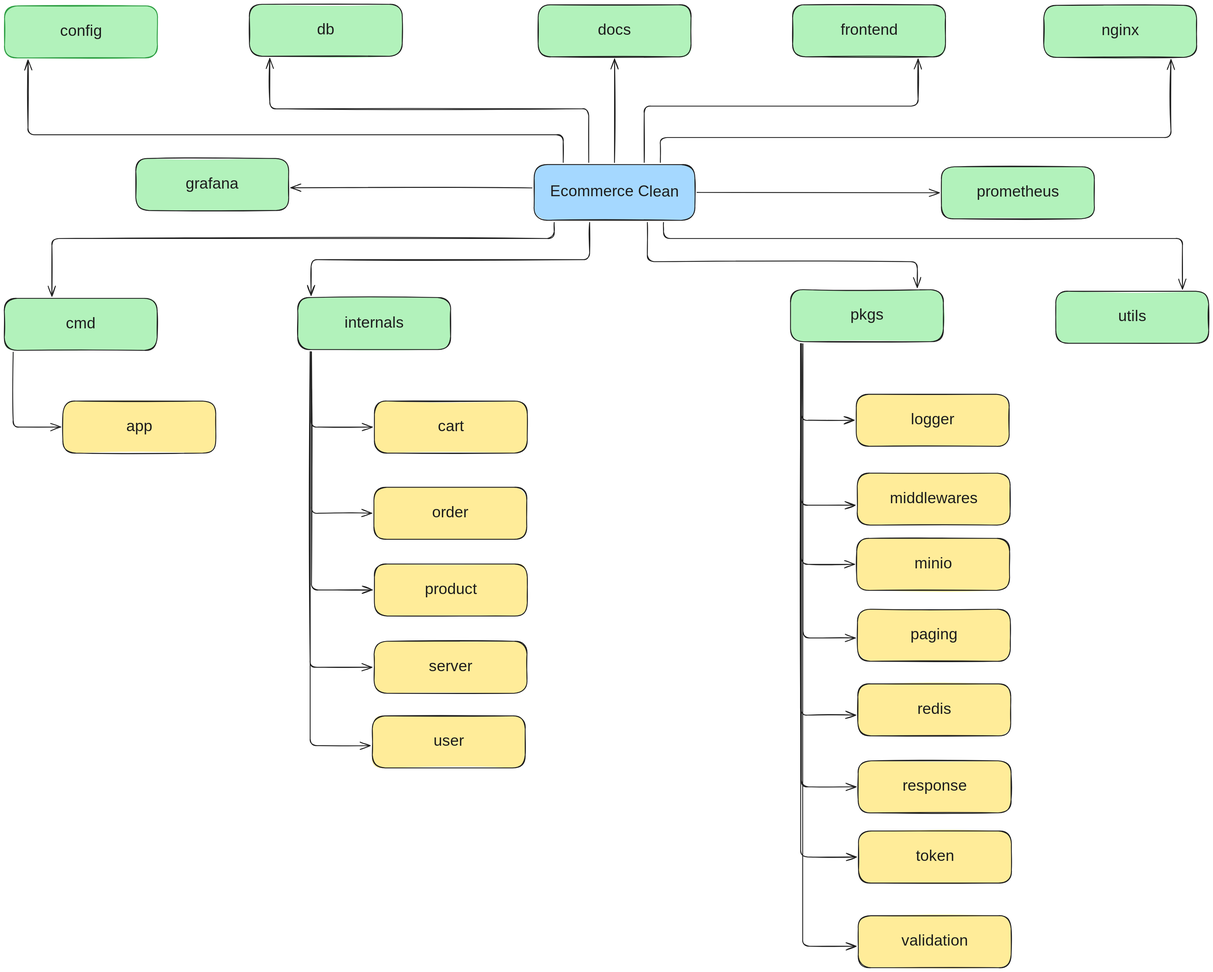
Above: docs/static/project_structure.excalidraw.svg in zofiyacodes/ecommerce-react (Excalidraw), before the change. Source tidied: one line per element, renumbered; positions are measured from the earlier drawing's top-left corner, leaving out a move shared by most shapes.
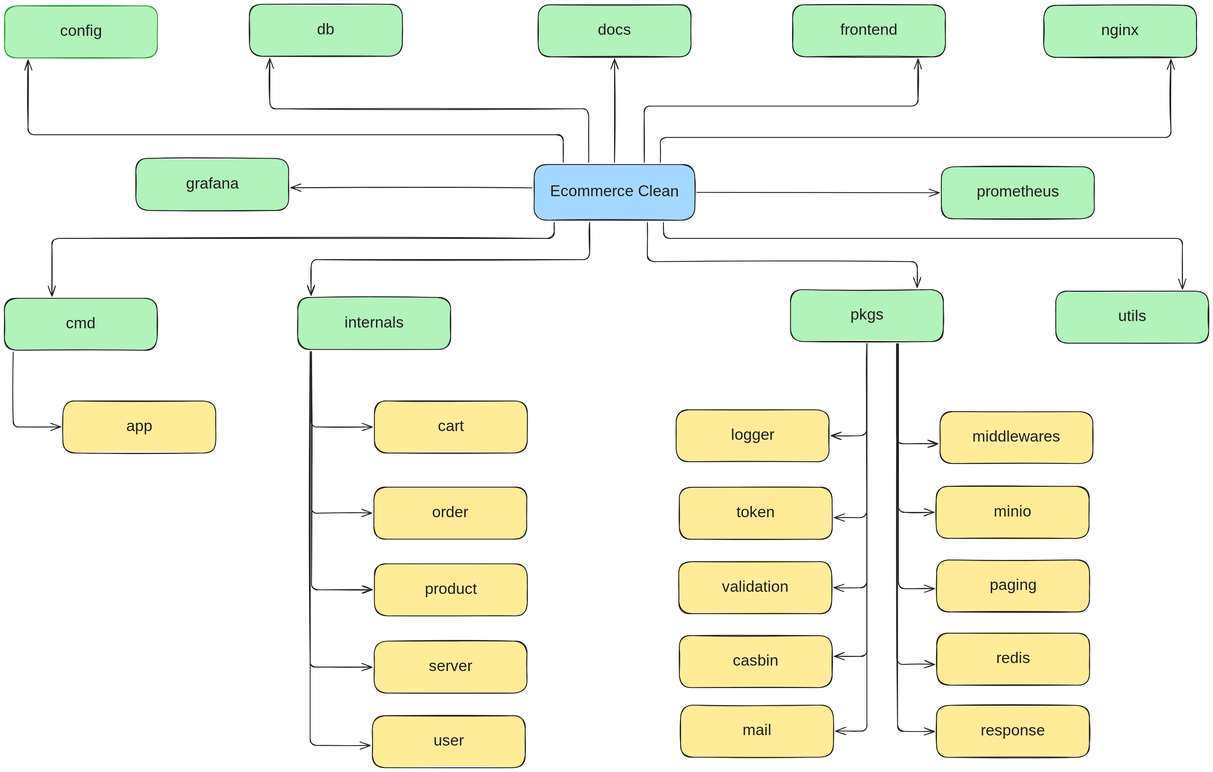
After the change.

Change to the diagram source:
```diff
@@ -40,22 +40,22 @@
 {"id": 39, "type": "arrow", "strokeColor": "#1e1e1e", "backgroundColor": "#b2f2bb", "fillStyle": "solid", "strokeWidth": 2, "roughness": 1, "endArrowhead": "arrow", "from": 14, "to": 32, "x": 715, "y": 812, "width": 144, "height": 737, "points": [[0, 0], [0, 737], [144, 737]]}
 {"id": 40, "type": "arrow", "strokeColor": "#1e1e1e", "backgroundColor": "#b2f2bb", "fillStyle": "solid", "strokeWidth": 2, "roughness": 1, "endArrowhead": "arrow", "from": 14, "to": 34, "x": 715, "y": 812, "width": 140, "height": 920, "points": [[0, 0], [0, 920], [140, 920]]}
 {"id": 41, "type": "arrow", "strokeColor": "#1e1e1e", "backgroundColor": "#b2f2bb", "fillStyle": "solid", "strokeWidth": 2, "roughness": 1, "endArrowhead": "arrow", "to": 24, "x": 21, "y": 813, "width": 111, "height": 175, "points": [[0, 0], [0, 175], [111, 175]]}
-{"id": 42, "type": "rectangle", "strokeColor": "#1e1e1e", "backgroundColor": "#ffec99", "fillStyle": "solid", "strokeWidth": 2, "roughness": 1, "round": true, "x": 1991, "y": 911, "width": 357, "height": 122}
+{"id": 42, "type": "rectangle", "strokeColor": "#1e1e1e", "backgroundColor": "#ffec99", "fillStyle": "solid", "strokeWidth": 2, "roughness": 1, "round": true, "x": 1570, "y": 948, "width": 357, "height": 122}
-{"id": 43, "type": "text", "text": "logger", "strokeColor": "#1e1e1e", "backgroundColor": "#a5d8ff", "fillStyle": "solid", "strokeWidth": 2, "roughness": 1, "fontSize": 36, "fontFamily": 5, "textAlign": "center", "verticalAlign": "middle", "inside": 42, "x": 2118, "y": 949, "width": 104, "height": 45}
+{"id": 43, "type": "text", "text": "logger", "strokeColor": "#1e1e1e", "backgroundColor": "#a5d8ff", "fillStyle": "solid", "strokeWidth": 2, "roughness": 1, "fontSize": 36, "fontFamily": 5, "textAlign": "center", "verticalAlign": "middle", "inside": 42, "x": 1697, "y": 986, "width": 104, "height": 45}
-{"id": 44, "type": "rectangle", "strokeColor": "#1e1e1e", "backgroundColor": "#ffec99", "fillStyle": "solid", "strokeWidth": 2, "roughness": 1, "round": true, "x": 1993, "y": 1095, "width": 357, "height": 122}
+{"id": 44, "type": "rectangle", "strokeColor": "#1e1e1e", "backgroundColor": "#ffec99", "fillStyle": "solid", "strokeWidth": 2, "roughness": 1, "round": true, "x": 2187, "y": 952, "width": 357, "height": 122}
-{"id": 45, "type": "text", "text": "middlewares", "strokeColor": "#1e1e1e", "backgroundColor": "#a5d8ff", "fillStyle": "solid", "strokeWidth": 2, "roughness": 1, "fontSize": 36, "fontFamily": 5, "textAlign": "center", "verticalAlign": "middle", "inside": 44, "x": 2072, "y": 1134, "width": 201, "height": 45}
+{"id": 45, "type": "text", "text": "middlewares", "strokeColor": "#1e1e1e", "backgroundColor": "#a5d8ff", "fillStyle": "solid", "strokeWidth": 2, "roughness": 1, "fontSize": 36, "fontFamily": 5, "textAlign": "center", "verticalAlign": "middle", "inside": 44, "x": 2265, "y": 990, "width": 201, "height": 45}
-{"id": 46, "type": "rectangle", "strokeColor": "#1e1e1e", "backgroundColor": "#ffec99", "fillStyle": "solid", "strokeWidth": 2, "roughness": 1, "round": true, "x": 1992, "y": 1248, "width": 357, "height": 122}
+{"id": 46, "type": "rectangle", "strokeColor": "#1e1e1e", "backgroundColor": "#ffec99", "fillStyle": "solid", "strokeWidth": 2, "roughness": 1, "round": true, "x": 2178, "y": 1127, "width": 357, "height": 122}
-{"id": 47, "type": "text", "text": "minio", "strokeColor": "#1e1e1e", "backgroundColor": "#a5d8ff", "fillStyle": "solid", "strokeWidth": 2, "roughness": 1, "fontSize": 36, "fontFamily": 5, "textAlign": "center", "verticalAlign": "middle", "inside": 46, "x": 2130, "y": 1286, "width": 82, "height": 45}
+{"id": 47, "type": "text", "text": "minio", "strokeColor": "#1e1e1e", "backgroundColor": "#a5d8ff", "fillStyle": "solid", "strokeWidth": 2, "roughness": 1, "fontSize": 36, "fontFamily": 5, "textAlign": "center", "verticalAlign": "middle", "inside": 46, "x": 2316, "y": 1165, "width": 82, "height": 45}
-{"id": 48, "type": "rectangle", "strokeColor": "#1e1e1e", "backgroundColor": "#ffec99", "fillStyle": "solid", "strokeWidth": 2, "roughness": 1, "round": true, "x": 1994, "y": 1413, "width": 357, "height": 122}
+{"id": 48, "type": "rectangle", "strokeColor": "#1e1e1e", "backgroundColor": "#ffec99", "fillStyle": "solid", "strokeWidth": 2, "roughness": 1, "round": true, "x": 2179, "y": 1299, "width": 357, "height": 122}
-{"id": 49, "type": "text", "text": "paging", "strokeColor": "#1e1e1e", "backgroundColor": "#a5d8ff", "fillStyle": "solid", "strokeWidth": 2, "roughness": 1, "fontSize": 36, "fontFamily": 5, "textAlign": "center", "verticalAlign": "middle", "inside": 48, "x": 2119, "y": 1452, "width": 108, "height": 45}
+{"id": 49, "type": "text", "text": "paging", "strokeColor": "#1e1e1e", "backgroundColor": "#a5d8ff", "fillStyle": "solid", "strokeWidth": 2, "roughness": 1, "fontSize": 36, "fontFamily": 5, "textAlign": "center", "verticalAlign": "middle", "inside": 48, "x": 2304, "y": 1337, "width": 108, "height": 45}
-{"id": 50, "type": "rectangle", "strokeColor": "#1e1e1e", "backgroundColor": "#ffec99", "fillStyle": "solid", "strokeWidth": 2, "roughness": 1, "round": true, "x": 1995, "y": 1588, "width": 357, "height": 122}
+{"id": 50, "type": "rectangle", "strokeColor": "#1e1e1e", "backgroundColor": "#ffec99", "fillStyle": "solid", "strokeWidth": 2, "roughness": 1, "round": true, "x": 2179, "y": 1470, "width": 357, "height": 122}
-{"id": 51, "type": "text", "text": "redis", "strokeColor": "#1e1e1e", "backgroundColor": "#a5d8ff", "fillStyle": "solid", "strokeWidth": 2, "roughness": 1, "fontSize": 36, "fontFamily": 5, "textAlign": "center", "verticalAlign": "middle", "inside": 50, "x": 2132, "y": 1626, "width": 84, "height": 45}
+{"id": 51, "type": "text", "text": "redis", "strokeColor": "#1e1e1e", "backgroundColor": "#a5d8ff", "fillStyle": "solid", "strokeWidth": 2, "roughness": 1, "fontSize": 36, "fontFamily": 5, "textAlign": "center", "verticalAlign": "middle", "inside": 50, "x": 2316, "y": 1508, "width": 84, "height": 45}
-{"id": 52, "type": "rectangle", "strokeColor": "#1e1e1e", "backgroundColor": "#ffec99", "fillStyle": "solid", "strokeWidth": 2, "roughness": 1, "round": true, "x": 1996, "y": 1768, "width": 357, "height": 122}
+{"id": 52, "type": "rectangle", "strokeColor": "#1e1e1e", "backgroundColor": "#ffec99", "fillStyle": "solid", "strokeWidth": 2, "roughness": 1, "round": true, "x": 2179, "y": 1638, "width": 357, "height": 122}
-{"id": 53, "type": "text", "text": "response", "strokeColor": "#1e1e1e", "backgroundColor": "#a5d8ff", "fillStyle": "solid", "strokeWidth": 2, "roughness": 1, "fontSize": 36, "fontFamily": 5, "textAlign": "center", "verticalAlign": "middle", "inside": 52, "x": 2099, "y": 1806, "width": 152, "height": 45}
+{"id": 53, "type": "text", "text": "response", "strokeColor": "#1e1e1e", "backgroundColor": "#a5d8ff", "fillStyle": "solid", "strokeWidth": 2, "roughness": 1, "fontSize": 36, "fontFamily": 5, "textAlign": "center", "verticalAlign": "middle", "inside": 52, "x": 2282, "y": 1677, "width": 152, "height": 45}
-{"id": 54, "type": "rectangle", "strokeColor": "#1e1e1e", "backgroundColor": "#ffec99", "fillStyle": "solid", "strokeWidth": 2, "roughness": 1, "round": true, "x": 1996, "y": 1931, "width": 357, "height": 122}
+{"id": 54, "type": "rectangle", "strokeColor": "#1e1e1e", "backgroundColor": "#ffec99", "fillStyle": "solid", "strokeWidth": 2, "roughness": 1, "round": true, "x": 1578, "y": 1129, "width": 357, "height": 122}
-{"id": 55, "type": "text", "text": "token", "strokeColor": "#1e1e1e", "backgroundColor": "#a5d8ff", "fillStyle": "solid", "strokeWidth": 2, "roughness": 1, "fontSize": 36, "fontFamily": 5, "textAlign": "center", "verticalAlign": "middle", "inside": 54, "x": 2126, "y": 1970, "width": 99, "height": 45}
+{"id": 55, "type": "text", "text": "token", "strokeColor": "#1e1e1e", "backgroundColor": "#a5d8ff", "fillStyle": "solid", "strokeWidth": 2, "roughness": 1, "fontSize": 36, "fontFamily": 5, "textAlign": "center", "verticalAlign": "middle", "inside": 54, "x": 1707, "y": 1167, "width": 99, "height": 45}
-{"id": 56, "type": "rectangle", "strokeColor": "#1e1e1e", "backgroundColor": "#ffec99", "fillStyle": "solid", "strokeWidth": 2, "roughness": 1, "round": true, "x": 1996, "y": 2129, "width": 357, "height": 122}
+{"id": 56, "type": "rectangle", "strokeColor": "#1e1e1e", "backgroundColor": "#ffec99", "fillStyle": "solid", "strokeWidth": 2, "roughness": 1, "round": true, "x": 1577, "y": 1303, "width": 357, "height": 122}
-{"id": 57, "type": "text", "text": "validation", "strokeColor": "#1e1e1e", "backgroundColor": "#a5d8ff", "fillStyle": "solid", "strokeWidth": 2, "roughness": 1, "fontSize": 36, "fontFamily": 5, "textAlign": "center", "verticalAlign": "middle", "inside": 56, "x": 2091, "y": 2168, "width": 167, "height": 45}
+{"id": 57, "type": "text", "text": "validation", "strokeColor": "#1e1e1e", "backgroundColor": "#a5d8ff", "fillStyle": "solid", "strokeWidth": 2, "roughness": 1, "fontSize": 36, "fontFamily": 5, "textAlign": "center", "verticalAlign": "middle", "inside": 56, "x": 1672, "y": 1341, "width": 167, "height": 45}
 {"id": 58, "type": "arrow", "strokeColor": "#1e1e1e", "backgroundColor": "#b2f2bb", "fillStyle": "solid", "strokeWidth": 2, "roughness": 1, "endArrowhead": "arrow", "from": 4, "to": 4, "x": 1426, "y": 370, "width": 0, "height": 0, "points": [[0, 0], [0, 0]]}
 {"id": 59, "type": "arrow", "strokeColor": "#1e1e1e", "backgroundColor": "#b2f2bb", "fillStyle": "solid", "strokeWidth": 2, "roughness": 1, "endArrowhead": "arrow", "from": 4, "to": 20, "x": 1233, "y": 429, "width": 564, "height": 0, "points": [[0, 0], [-564, 0]]}
 {"id": 60, "type": "arrow", "strokeColor": "#1e1e1e", "backgroundColor": "#b2f2bb", "fillStyle": "solid", "strokeWidth": 2, "roughness": 1, "endArrowhead": "arrow", "from": 4, "to": 22, "x": 1619, "y": 440, "width": 566, "height": 1, "points": [[0, 0], [566, 1]]}
@@ -63,16 +63,22 @@
 {"id": 62, "type": "arrow", "strokeColor": "#1e1e1e", "backgroundColor": "#b2f2bb", "fillStyle": "solid", "strokeWidth": 2, "roughness": 1, "endArrowhead": "arrow", "from": 4, "x": 1368, "y": 510, "width": 651, "height": 171, "points": [[0, 0], [0, 87], [-651, 87], [-651, 171]]}
 {"id": 63, "type": "arrow", "strokeColor": "#1e1e1e", "backgroundColor": "#b2f2bb", "fillStyle": "solid", "strokeWidth": 2, "roughness": 1, "endArrowhead": "arrow", "from": 4, "to": 2, "x": 1503, "y": 510, "width": 631, "height": 152, "points": [[0, 0], [0, 92], [631, 92], [631, 152]]}
 {"id": 64, "type": "arrow", "strokeColor": "#1e1e1e", "backgroundColor": "#b2f2bb", "fillStyle": "solid", "strokeWidth": 2, "roughness": 1, "endArrowhead": "arrow", "to": 18, "x": 1541, "y": 510, "width": 1213, "height": 156, "points": [[0, 0], [0, 38], [1213, 38], [1213, 156]]}
-{"id": 65, "type": "arrow", "strokeColor": "#1e1e1e", "backgroundColor": "#b2f2bb", "fillStyle": "solid", "strokeWidth": 2, "roughness": 1, "endArrowhead": "arrow", "to": 42, "x": 1863, "y": 793, "width": 123, "height": 179, "points": [[0, 0], [0, 179], [123, 179]]}
-{"id": 66, "type": "arrow", "strokeColor": "#1e1e1e", "backgroundColor": "#b2f2bb", "fillStyle": "solid", "strokeWidth": 2, "roughness": 1, "endArrowhead": "arrow", "to": 44, "x": 1862, "y": 793, "width": 126, "height": 377, "points": [[0, 0], [0, 377], [126, 377]]}
+{"id": 66, "type": "arrow", "strokeColor": "#1e1e1e", "backgroundColor": "#b2f2bb", "fillStyle": "solid", "strokeWidth": 2, "roughness": 1, "endArrowhead": "arrow", "from": 2, "to": 44, "x": 2086, "y": 793, "width": 96, "height": 233, "points": [[0, 0], [0, 233], [96, 233]]}
-{"id": 67, "type": "arrow", "strokeColor": "#1e1e1e", "backgroundColor": "#b2f2bb", "fillStyle": "solid", "strokeWidth": 2, "roughness": 1, "endArrowhead": "arrow", "to": 46, "x": 1862, "y": 793, "width": 125, "height": 515, "points": [[0, 0], [0, 515], [125, 515]]}
+{"id": 67, "type": "arrow", "strokeColor": "#1e1e1e", "backgroundColor": "#b2f2bb", "fillStyle": "solid", "strokeWidth": 2, "roughness": 1, "endArrowhead": "arrow", "from": 2, "to": 46, "x": 2089, "y": 793, "width": 84, "height": 394, "points": [[0, 0], [0, 394], [84, 394]]}
-{"id": 68, "type": "arrow", "strokeColor": "#1e1e1e", "backgroundColor": "#b2f2bb", "fillStyle": "solid", "strokeWidth": 2, "roughness": 1, "endArrowhead": "arrow", "to": 48, "x": 1867, "y": 793, "width": 122, "height": 687, "points": [[0, 0], [0, 687], [122, 687]]}
+{"id": 68, "type": "arrow", "strokeColor": "#1e1e1e", "backgroundColor": "#b2f2bb", "fillStyle": "solid", "strokeWidth": 2, "roughness": 1, "endArrowhead": "arrow", "from": 2, "to": 48, "x": 2090, "y": 793, "width": 84, "height": 572, "points": [[0, 0], [0, 572], [84, 572]]}
-{"id": 69, "type": "arrow", "strokeColor": "#1e1e1e", "backgroundColor": "#b2f2bb", "fillStyle": "solid", "strokeWidth": 2, "roughness": 1, "endArrowhead": "arrow", "to": 50, "x": 1861, "y": 793, "width": 129, "height": 868, "points": [[0, 0], [0, 868], [129, 868]]}
+{"id": 69, "type": "arrow", "strokeColor": "#1e1e1e", "backgroundColor": "#b2f2bb", "fillStyle": "solid", "strokeWidth": 2, "roughness": 1, "endArrowhead": "arrow", "from": 2, "to": 50, "x": 2086, "y": 793, "width": 89, "height": 749, "points": [[0, 0], [0, 749], [89, 749]]}
-{"id": 70, "type": "arrow", "strokeColor": "#1e1e1e", "backgroundColor": "#b2f2bb", "fillStyle": "solid", "strokeWidth": 2, "roughness": 1, "endArrowhead": "arrow", "to": 52, "x": 1863, "y": 793, "width": 128, "height": 1035, "points": [[0, 0], [0, 1035], [128, 1035]]}
+{"id": 70, "type": "arrow", "strokeColor": "#1e1e1e", "backgroundColor": "#b2f2bb", "fillStyle": "solid", "strokeWidth": 2, "roughness": 1, "endArrowhead": "arrow", "from": 2, "to": 52, "x": 2088, "y": 793, "width": 86, "height": 906, "points": [[0, 0], [0, 906], [86, 906]]}
-{"id": 71, "type": "arrow", "strokeColor": "#1e1e1e", "backgroundColor": "#b2f2bb", "fillStyle": "solid", "strokeWidth": 2, "roughness": 1, "endArrowhead": "arrow", "to": 54, "x": 1861, "y": 793, "width": 130, "height": 1199, "points": [[0, 0], [0, 1199], [130, 1199]]}
-{"id": 72, "type": "arrow", "strokeColor": "#1e1e1e", "backgroundColor": "#b2f2bb", "fillStyle": "solid", "strokeWidth": 2, "roughness": 1, "endArrowhead": "arrow", "to": 56, "x": 1866, "y": 793, "width": 125, "height": 1407, "points": [[0, 0], [0, 1407], [125, 1407]]}
 {"id": 73, "type": "arrow", "strokeColor": "#1e1e1e", "backgroundColor": "#b2f2bb", "fillStyle": "solid", "strokeWidth": 2, "roughness": 1, "endArrowhead": "arrow", "from": 4, "to": 6, "x": 1306, "y": 369, "width": 1251, "height": 239, "points": [[0, 0], [0, -65], [-1251, -65], [-1251, -239]]}
 {"id": 74, "type": "arrow", "strokeColor": "#1e1e1e", "backgroundColor": "#b2f2bb", "fillStyle": "solid", "strokeWidth": 2, "roughness": 1, "endArrowhead": "arrow", "from": 4, "x": 1366, "y": 369, "width": 745, "height": 243, "points": [[0, 0], [0, -125], [-745, -125], [-745, -243]]}
 {"id": 75, "type": "arrow", "strokeColor": "#1e1e1e", "backgroundColor": "#b2f2bb", "fillStyle": "solid", "strokeWidth": 2, "roughness": 1, "endArrowhead": "arrow", "from": 4, "to": 16, "x": 1533, "y": 370, "width": 1193, "height": 241, "points": [[0, 0], [0, -58], [1193, -58], [1193, -241]]}
 {"id": 76, "type": "arrow", "strokeColor": "#1e1e1e", "backgroundColor": "#b2f2bb", "fillStyle": "solid", "strokeWidth": 2, "roughness": 1, "endArrowhead": "arrow", "from": 4, "x": 1496, "y": 370, "width": 640, "height": 242, "points": [[0, 0], [0, -132], [640, -132], [640, -242]]}
 {"id": 77, "type": "arrow", "strokeColor": "#1e1e1e", "backgroundColor": "#b2f2bb", "fillStyle": "solid", "strokeWidth": 2, "roughness": 1, "endArrowhead": "arrow", "from": 4, "to": 10, "x": 1426, "y": 370, "width": 0, "height": 242, "points": [[0, 0], [0, -242]]}
+{"id": 78, "type": "rectangle", "strokeColor": "#1e1e1e", "backgroundColor": "#ffec99", "fillStyle": "solid", "strokeWidth": 2, "roughness": 1, "round": true, "x": 1578, "y": 1475, "width": 357, "height": 122}
+{"id": 79, "type": "text", "text": "casbin", "strokeColor": "#1e1e1e", "backgroundColor": "#a5d8ff", "fillStyle": "solid", "strokeWidth": 2, "roughness": 1, "fontSize": 36, "fontFamily": 5, "textAlign": "center", "verticalAlign": "middle", "inside": 78, "x": 1703, "y": 1514, "width": 106, "height": 45}
+{"id": 80, "type": "rectangle", "strokeColor": "#1e1e1e", "backgroundColor": "#ffec99", "fillStyle": "solid", "strokeWidth": 2, "roughness": 1, "round": true, "x": 1581, "y": 1638, "width": 357, "height": 122}
+{"id": 81, "type": "text", "text": "mail", "strokeColor": "#1e1e1e", "backgroundColor": "#a5d8ff", "fillStyle": "solid", "strokeWidth": 2, "roughness": 1, "fontSize": 36, "fontFamily": 5, "textAlign": "center", "verticalAlign": "middle", "inside": 80, "x": 1729, "y": 1676, "width": 61, "height": 45}
+{"id": 82, "type": "arrow", "strokeColor": "#1e1e1e", "backgroundColor": "#b2f2bb", "fillStyle": "solid", "strokeWidth": 2, "roughness": 1, "endArrowhead": "arrow", "from": 2, "to": 42, "x": 2016, "y": 793, "width": 84, "height": 215, "points": [[0, 0], [0, 215], [-84, 215]]}
+{"id": 83, "type": "arrow", "strokeColor": "#1e1e1e", "backgroundColor": "#b2f2bb", "fillStyle": "solid", "strokeWidth": 2, "roughness": 1, "endArrowhead": "arrow", "from": 2, "to": 54, "x": 2016, "y": 793, "width": 76, "height": 407, "points": [[0, 0], [0, 407], [-76, 407]]}
+{"id": 84, "type": "arrow", "strokeColor": "#1e1e1e", "backgroundColor": "#b2f2bb", "fillStyle": "solid", "strokeWidth": 2, "roughness": 1, "endArrowhead": "arrow", "from": 2, "to": 56, "x": 2016, "y": 793, "width": 77, "height": 570, "points": [[0, 0], [0, 570], [-77, 570]]}
+{"id": 85, "type": "arrow", "strokeColor": "#1e1e1e", "backgroundColor": "#b2f2bb", "fillStyle": "solid", "strokeWidth": 2, "roughness": 1, "endArrowhead": "arrow", "from": 2, "to": 78, "x": 2016, "y": 793, "width": 76, "height": 730, "points": [[0, 0], [0, 730], [-76, 730]]}
+{"id": 86, "type": "arrow", "strokeColor": "#1e1e1e", "backgroundColor": "#b2f2bb", "fillStyle": "solid", "strokeWidth": 2, "roughness": 1, "endArrowhead": "arrow", "from": 2, "to": 80, "x": 2016, "y": 793, "width": 73, "height": 905, "points": [[0, 0], [0, 905], [-73, 905]]}
```
